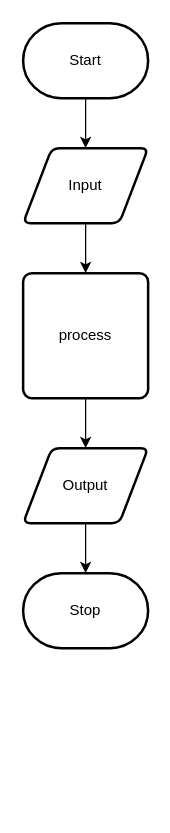
Earlier version of the draw.io diagram design/flow-chart.drawio (Liya-Getachew/ICS2O-Unit5-04-JS). Source tidied: cells renumbered, new cells numbered last; positions are measured from the earlier drawing's top-left corner, leaving out a move shared by most shapes. Both pictures are drawn from the tidied source at 125%, with x=0, y=0 at pixel (22, 22).
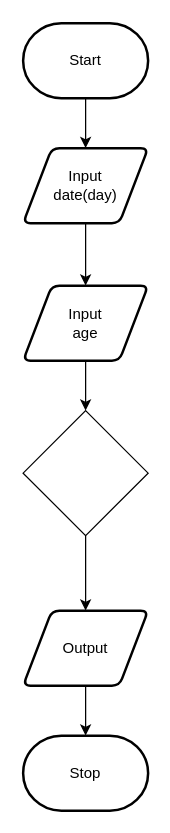
Above is the later version.

What changed in the source:
```diff
@@
 <mxGraphModel>
   <root>
     <mxCell id="0" />
     <mxCell id="1" parent="0" />
     <mxCell id="2" style="edgeStyle=none;html=1;" parent="1" edge="1" source="3" target="5">
       <mxGeometry relative="1" as="geometry" />
     </mxCell>
     <mxCell id="3" value="Start" style="strokeWidth=2;html=1;shape=mxgraph.flowchart.terminator;whiteSpace=wrap;" parent="1" vertex="1">
       <mxGeometry width="100" height="60" as="geometry" />
     </mxCell>
-    <mxCell id="4" style="edgeStyle=none;html=1;" parent="1" edge="1" source="5" target="7">
-      <mxGeometry relative="1" as="geometry" />
-    </mxCell>
+    <mxCell id="11" style="edgeStyle=none;html=1;entryX=0.5;entryY=0;entryDx=0;entryDy=0;" parent="1" edge="1" source="5" target="13">
+      <mxGeometry relative="1" as="geometry" />
+    </mxCell>
-    <mxCell id="5" value="Input" style="shape=parallelogram;html=1;strokeWidth=2;perimeter=parallelogramPerimeter;whiteSpace=wrap;rounded=1;arcSize=12;size=0.23;" parent="1" vertex="1">
+    <mxCell id="5" value="Input &lt;br&gt;date(day)" style="shape=parallelogram;html=1;strokeWidth=2;perimeter=parallelogramPerimeter;whiteSpace=wrap;rounded=1;arcSize=12;size=0.23;" parent="1" vertex="1">
       <mxGeometry y="100" width="100" height="60" as="geometry" />
     </mxCell>
-    <mxCell id="6" style="edgeStyle=none;html=1;" parent="1" edge="1" source="7" target="9">
+    <mxCell id="6" style="edgeStyle=none;html=1;exitX=0.5;exitY=1;exitDx=0;exitDy=0;" parent="1" edge="1" source="14" target="9">
       <mxGeometry relative="1" as="geometry" />
     </mxCell>
-    <mxCell id="7" value="process" style="rounded=1;whiteSpace=wrap;html=1;absoluteArcSize=1;arcSize=14;strokeWidth=2;" parent="1" vertex="1">
-      <mxGeometry y="200" width="100" height="100" as="geometry" />
-    </mxCell>
     <mxCell id="8" style="edgeStyle=none;html=1;" parent="1" edge="1" source="9" target="10">
       <mxGeometry relative="1" as="geometry" />
     </mxCell>
     <mxCell id="9" value="Output" style="shape=parallelogram;html=1;strokeWidth=2;perimeter=parallelogramPerimeter;whiteSpace=wrap;rounded=1;arcSize=12;size=0.23;" parent="1" vertex="1">
-      <mxGeometry y="340" width="100" height="60" as="geometry" />
+      <mxGeometry y="470" width="100" height="60" as="geometry" />
     </mxCell>
     <mxCell id="10" value="Stop" style="strokeWidth=2;html=1;shape=mxgraph.flowchart.terminator;whiteSpace=wrap;" parent="1" vertex="1">
-      <mxGeometry y="440" width="100" height="60" as="geometry" />
+      <mxGeometry y="570" width="100" height="60" as="geometry" />
     </mxCell>
+    <mxCell id="12" style="edgeStyle=none;html=1;entryX=0.5;entryY=0;entryDx=0;entryDy=0;" parent="1" edge="1" source="13" target="14">
+      <mxGeometry relative="1" as="geometry" />
+    </mxCell>
+    <mxCell id="13" value="Input &lt;br&gt;age" style="shape=parallelogram;html=1;strokeWidth=2;perimeter=parallelogramPerimeter;whiteSpace=wrap;rounded=1;arcSize=12;size=0.23;" parent="1" vertex="1">
+      <mxGeometry y="210" width="100" height="60" as="geometry" />
+    </mxCell>
+    <mxCell id="14" style="rhombus;whiteSpace=wrap;html=1;" parent="1" vertex="1">
+      <mxGeometry y="310" width="100" height="100" as="geometry" />
+    </mxCell>
   </root>
 </mxGraphModel>
```
